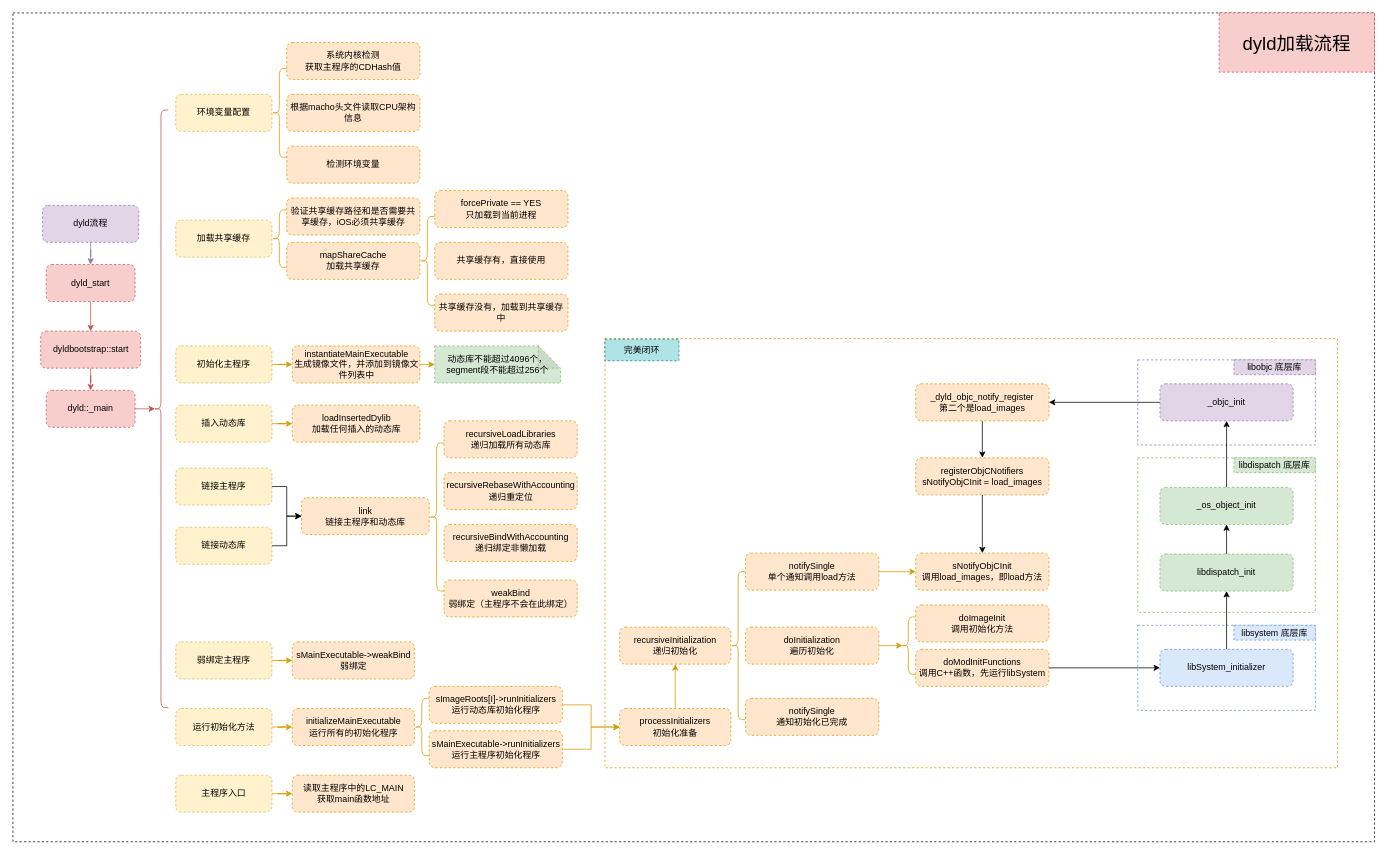
Above: dyld加载流程.drawio in star-j/Flowchart (draw.io), before the change. Source tidied: cells renumbered, new cells numbered last; positions are measured from the earlier drawing's top-left corner, leaving out a move shared by most shapes. Both pictures are drawn from the tidied source at 74%, with x=0, y=0 at pixel (13, 13).
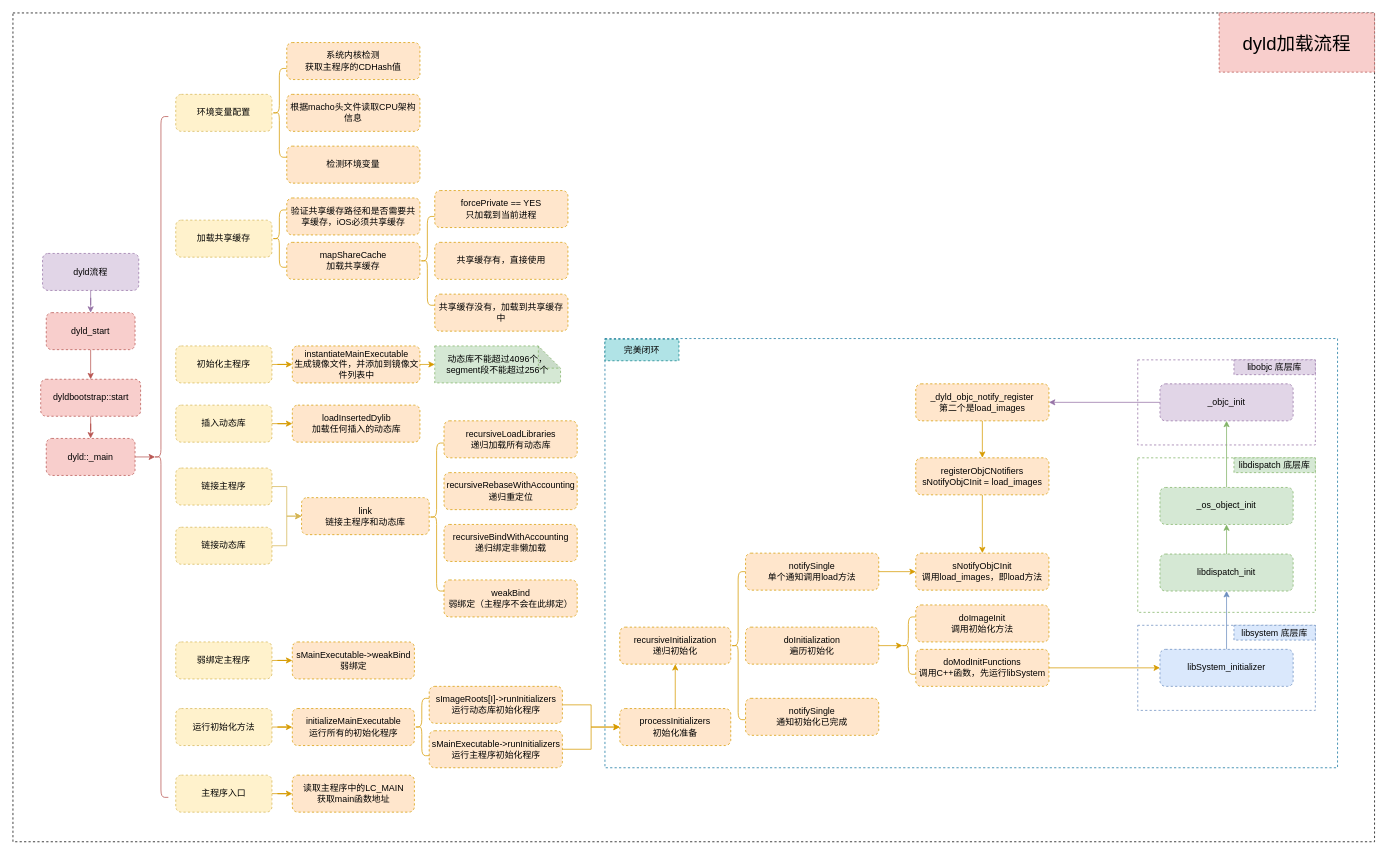
The same diagram, later.

The change refers to these unchanged cells:
```xml
<mxCell id="39" value="链接主程序" style="rounded=1;whiteSpace=wrap;html=1;dashed=1;fillColor=#fff2cc;strokeColor=#d6b656;" parent="1" vertex="1">
  <mxGeometry x="220" y="615" width="130" height="50" as="geometry" />
</mxCell>
<mxCell id="41" value="链接动态库" style="rounded=1;whiteSpace=wrap;html=1;dashed=1;fillColor=#fff2cc;strokeColor=#d6b656;" parent="1" vertex="1">
  <mxGeometry x="220" y="695" width="130" height="50" as="geometry" />
</mxCell>
<mxCell id="42" value="link&lt;br&gt;链接主程序和动态库" style="whiteSpace=wrap;html=1;rounded=1;dashed=1;strokeColor=#d79b00;fillColor=#ffe6cc;" parent="1" vertex="1">
  <mxGeometry x="390" y="655" width="172.5" height="50" as="geometry" />
</mxCell>
<mxCell id="71" value="sNotifyObjCInit&lt;br&gt;调用load_images，即load方法" style="rounded=1;whiteSpace=wrap;html=1;dashed=1;fillColor=#ffe6cc;strokeColor=#d79b00;" parent="1" vertex="1">
  <mxGeometry x="1220" y="730" width="180" height="50" as="geometry" />
</mxCell>
<mxCell id="75" value="doModInitFunctions&lt;br&gt;调用C++函数，先运行libSystem" style="rounded=1;whiteSpace=wrap;html=1;dashed=1;fillColor=#ffe6cc;strokeColor=#d79b00;" parent="1" vertex="1">
  <mxGeometry x="1220" y="860" width="180" height="50" as="geometry" />
</mxCell>
<mxCell id="77" value="libSystem_initializer" style="rounded=1;whiteSpace=wrap;html=1;dashed=1;fillColor=#dae8fc;strokeColor=#6c8ebf;" parent="1" vertex="1">
  <mxGeometry x="1550" y="860" width="180" height="50" as="geometry" />
</mxCell>
<mxCell id="79" value="libdispatch_init" style="rounded=1;whiteSpace=wrap;html=1;dashed=1;fillColor=#d5e8d4;strokeColor=#82b366;" parent="1" vertex="1">
  <mxGeometry x="1550" y="731.2" width="180" height="50" as="geometry" />
</mxCell>
<mxCell id="81" value="_os_object_init" style="rounded=1;whiteSpace=wrap;html=1;dashed=1;fillColor=#d5e8d4;strokeColor=#82b366;" parent="1" vertex="1">
  <mxGeometry x="1550" y="641.2" width="180" height="50" as="geometry" />
</mxCell>
<mxCell id="83" value="_objc_init" style="rounded=1;whiteSpace=wrap;html=1;dashed=1;fillColor=#e1d5e7;strokeColor=#9673a6;" parent="1" vertex="1">
  <mxGeometry x="1550" y="501.2" width="180" height="50" as="geometry" />
</mxCell>
<mxCell id="85" value="_dyld_objc_notify_register&lt;br&gt;第二个是load_images" style="rounded=1;whiteSpace=wrap;html=1;dashed=1;fillColor=#ffe6cc;strokeColor=#d79b00;" parent="1" vertex="1">
  <mxGeometry x="1220" y="501.2" width="180" height="50" as="geometry" />
</mxCell>
<mxCell id="87" value="registerObjCNotifiers&lt;br&gt;sNotifyObjCInit = load_images" style="rounded=1;whiteSpace=wrap;html=1;dashed=1;fillColor=#ffe6cc;strokeColor=#d79b00;" parent="1" vertex="1">
  <mxGeometry x="1220" y="601.2" width="180" height="50" as="geometry" />
</mxCell>
```

Diff of the diagram source:
```diff
@@
-    <mxCell id="3" style="rounded=0;whiteSpace=wrap;html=1;dashed=1;fontFamily=Helvetica;strokeColor=#d79b00;fillColor=none;" parent="1" vertex="1">
+    <mxCell id="3" style="rounded=0;whiteSpace=wrap;html=1;dashed=1;fontFamily=Helvetica;strokeColor=#10739e;fillColor=none;" parent="1" vertex="1">
       <mxGeometry x="800" y="440" width="990" height="580" as="geometry" />
     </mxCell>
@@
     <mxCell id="9" value="dyld流程" style="rounded=1;whiteSpace=wrap;html=1;dashed=1;fillColor=#e1d5e7;strokeColor=#9673a6;" parent="1" vertex="1">
-      <mxGeometry x="40" y="260" width="130" height="50" as="geometry" />
+      <mxGeometry x="40" y="325" width="130" height="50" as="geometry" />
     </mxCell>
@@
     <mxCell id="11" value="dyld_start" style="whiteSpace=wrap;html=1;rounded=1;dashed=1;strokeColor=#b85450;fillColor=#f8cecc;" parent="1" vertex="1">
-      <mxGeometry x="45" y="340" width="120" height="50" as="geometry" />
+      <mxGeometry x="45" y="405" width="120" height="50" as="geometry" />
     </mxCell>
@@
     <mxCell id="13" value="dyldbootstrap::start" style="whiteSpace=wrap;html=1;rounded=1;dashed=1;strokeColor=#b85450;fillColor=#f8cecc;fontFamily=Helvetica;" parent="1" vertex="1">
-      <mxGeometry x="37.5" y="430" width="135" height="50" as="geometry" />
+      <mxGeometry x="37.5" y="495" width="135" height="50" as="geometry" />
     </mxCell>
-    <mxCell id="14" style="edgeStyle=orthogonalEdgeStyle;rounded=0;jettySize=auto;html=1;exitX=1;exitY=0.5;exitDx=0;exitDy=0;entryX=0.1;entryY=0.5;entryDx=0;entryDy=0;entryPerimeter=0;fontFamily=Helvetica;fillColor=#f8cecc;strokeColor=#b85450;" parent="1" edge="1" source="15" target="16">
+    <mxCell id="14" style="edgeStyle=orthogonalEdgeStyle;rounded=0;jettySize=auto;html=1;exitX=1;exitY=0.5;exitDx=0;exitDy=0;entryX=0.1;entryY=0.5;entryDx=0;entryDy=0;entryPerimeter=0;fillColor=#f8cecc;strokeColor=#b85450;" parent="1" edge="1" source="15" target="16">
       <mxGeometry relative="1" as="geometry" />
     </mxCell>
     <mxCell id="15" value="dyld::_main" style="whiteSpace=wrap;html=1;rounded=1;dashed=1;strokeColor=#b85450;fillColor=#f8cecc;" parent="1" vertex="1">
-      <mxGeometry x="45" y="510" width="120" height="50" as="geometry" />
+      <mxGeometry x="45" y="575" width="120" height="50" as="geometry" />
     </mxCell>
     <mxCell id="16" style="shape=curlyBracket;whiteSpace=wrap;html=1;rounded=1;fontFamily=Helvetica;fillColor=#f8cecc;strokeColor=#b85450;" parent="1" vertex="1">
-      <mxGeometry x="190" y="131.2" width="20" height="807.5" as="geometry" />
+      <mxGeometry x="190" y="140" width="20" height="920" as="geometry" />
     </mxCell>
@@
-    <mxCell id="38" style="edgeStyle=orthogonalEdgeStyle;rounded=0;jettySize=auto;html=1;exitX=1;exitY=0.5;exitDx=0;exitDy=0;entryX=0;entryY=0.5;entryDx=0;entryDy=0;fontFamily=Helvetica;" parent="1" edge="1" source="39" target="42">
+    <mxCell id="38" style="edgeStyle=orthogonalEdgeStyle;rounded=0;jettySize=auto;html=1;exitX=1;exitY=0.5;exitDx=0;exitDy=0;entryX=0;entryY=0.5;entryDx=0;entryDy=0;fontFamily=Helvetica;fillColor=#fff2cc;strokeColor=#d6b656;" parent="1" edge="1" source="39" target="42">
       <mxGeometry relative="1" as="geometry" />
     </mxCell>
@@
-    <mxCell id="40" style="edgeStyle=orthogonalEdgeStyle;rounded=0;jettySize=auto;html=1;exitX=1;exitY=0.5;exitDx=0;exitDy=0;entryX=0;entryY=0.5;entryDx=0;entryDy=0;fontFamily=Helvetica;" parent="1" edge="1" source="41" target="42">
+    <mxCell id="40" style="edgeStyle=orthogonalEdgeStyle;rounded=0;jettySize=auto;html=1;exitX=1;exitY=0.5;exitDx=0;exitDy=0;entryX=0;entryY=0.5;entryDx=0;entryDy=0;fontFamily=Helvetica;fillColor=#fff2cc;strokeColor=#d6b656;" parent="1" edge="1" source="41" target="42">
       <mxGeometry relative="1" as="geometry" />
     </mxCell>
@@
-    <mxCell id="74" style="edgeStyle=orthogonalEdgeStyle;rounded=0;jettySize=auto;html=1;exitX=1;exitY=0.5;exitDx=0;exitDy=0;entryX=0;entryY=0.5;entryDx=0;entryDy=0;fontFamily=Helvetica;" parent="1" edge="1" source="75" target="77">
+    <mxCell id="74" style="edgeStyle=orthogonalEdgeStyle;rounded=0;jettySize=auto;html=1;exitX=1;exitY=0.5;exitDx=0;exitDy=0;entryX=0;entryY=0.5;entryDx=0;entryDy=0;fontFamily=Helvetica;fillColor=#ffe6cc;strokeColor=#d79b00;" parent="1" edge="1" source="75" target="77">
       <mxGeometry relative="1" as="geometry" />
     </mxCell>
@@
-    <mxCell id="76" style="edgeStyle=orthogonalEdgeStyle;rounded=0;jettySize=auto;html=1;exitX=0.5;exitY=0;exitDx=0;exitDy=0;entryX=0.5;entryY=1;entryDx=0;entryDy=0;fontFamily=Helvetica;" parent="1" edge="1" source="77" target="79">
+    <mxCell id="76" style="edgeStyle=orthogonalEdgeStyle;rounded=0;jettySize=auto;html=1;exitX=0.5;exitY=0;exitDx=0;exitDy=0;entryX=0.5;entryY=1;entryDx=0;entryDy=0;fontFamily=Helvetica;fillColor=#dae8fc;strokeColor=#6c8ebf;" parent="1" edge="1" source="77" target="79">
       <mxGeometry relative="1" as="geometry" />
     </mxCell>
@@
-    <mxCell id="78" style="edgeStyle=orthogonalEdgeStyle;rounded=0;jettySize=auto;html=1;exitX=0.5;exitY=0;exitDx=0;exitDy=0;entryX=0.5;entryY=1;entryDx=0;entryDy=0;fontFamily=Helvetica;" parent="1" edge="1" source="79" target="81">
+    <mxCell id="78" style="edgeStyle=orthogonalEdgeStyle;rounded=0;jettySize=auto;html=1;exitX=0.5;exitY=0;exitDx=0;exitDy=0;entryX=0.5;entryY=1;entryDx=0;entryDy=0;fontFamily=Helvetica;fillColor=#d5e8d4;strokeColor=#82b366;" parent="1" edge="1" source="79" target="81">
       <mxGeometry relative="1" as="geometry" />
     </mxCell>
@@
-    <mxCell id="80" style="edgeStyle=orthogonalEdgeStyle;rounded=0;jettySize=auto;html=1;exitX=0.5;exitY=0;exitDx=0;exitDy=0;entryX=0.5;entryY=1;entryDx=0;entryDy=0;fontFamily=Helvetica;" parent="1" edge="1" source="81" target="83">
+    <mxCell id="80" style="edgeStyle=orthogonalEdgeStyle;rounded=0;jettySize=auto;html=1;exitX=0.5;exitY=0;exitDx=0;exitDy=0;entryX=0.5;entryY=1;entryDx=0;entryDy=0;fontFamily=Helvetica;fillColor=#d5e8d4;strokeColor=#82b366;" parent="1" edge="1" source="81" target="83">
       <mxGeometry relative="1" as="geometry" />
     </mxCell>
@@
-    <mxCell id="82" style="edgeStyle=orthogonalEdgeStyle;rounded=0;jettySize=auto;html=1;exitX=0;exitY=0.5;exitDx=0;exitDy=0;entryX=1;entryY=0.5;entryDx=0;entryDy=0;fontFamily=Helvetica;" parent="1" edge="1" source="83" target="85">
+    <mxCell id="82" style="edgeStyle=orthogonalEdgeStyle;rounded=0;jettySize=auto;html=1;exitX=0;exitY=0.5;exitDx=0;exitDy=0;entryX=1;entryY=0.5;entryDx=0;entryDy=0;fontFamily=Helvetica;fillColor=#e1d5e7;strokeColor=#9673a6;" parent="1" edge="1" source="83" target="85">
       <mxGeometry relative="1" as="geometry" />
     </mxCell>
@@
-    <mxCell id="84" style="edgeStyle=orthogonalEdgeStyle;rounded=0;jettySize=auto;html=1;exitX=0.5;exitY=1;exitDx=0;exitDy=0;entryX=0.5;entryY=0;entryDx=0;entryDy=0;fontFamily=Helvetica;" parent="1" edge="1" source="85" target="87">
+    <mxCell id="84" style="edgeStyle=orthogonalEdgeStyle;rounded=0;jettySize=auto;html=1;exitX=0.5;exitY=1;exitDx=0;exitDy=0;entryX=0.5;entryY=0;entryDx=0;entryDy=0;fontFamily=Helvetica;fillColor=#ffe6cc;strokeColor=#d79b00;" parent="1" edge="1" source="85" target="87">
       <mxGeometry relative="1" as="geometry" />
     </mxCell>
@@
-    <mxCell id="86" style="edgeStyle=orthogonalEdgeStyle;rounded=0;jettySize=auto;html=1;exitX=0.5;exitY=1;exitDx=0;exitDy=0;entryX=0.5;entryY=0;entryDx=0;entryDy=0;fontFamily=Helvetica;" parent="1" edge="1" source="87" target="71">
+    <mxCell id="86" style="edgeStyle=orthogonalEdgeStyle;rounded=0;jettySize=auto;html=1;exitX=0.5;exitY=1;exitDx=0;exitDy=0;entryX=0.5;entryY=0;entryDx=0;entryDy=0;fontFamily=Helvetica;fillColor=#ffe6cc;strokeColor=#d79b00;" parent="1" edge="1" source="87" target="71">
       <mxGeometry relative="1" as="geometry" />
     </mxCell>
```
